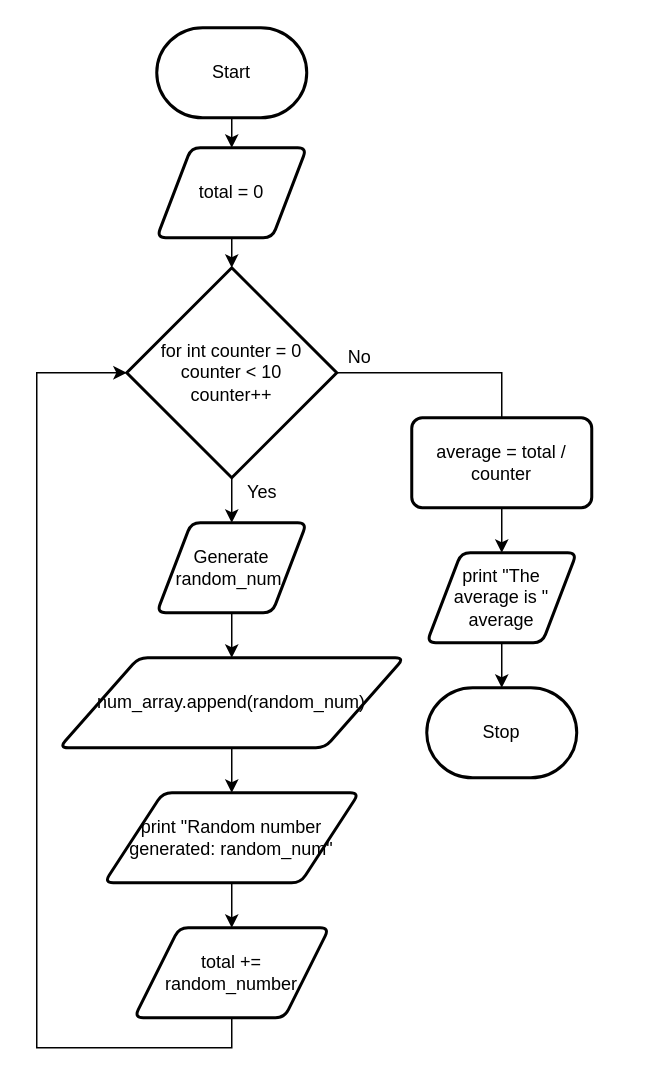
Aidan-Lalonde-Novales/ICS3U-Unit6-01-Python keeps this draw.io diagram as drawio/flowchart.drawio. Above is the earlier version. Source tidied: cells renumbered, new cells numbered last; positions are measured from the earlier drawing's top-left corner, leaving out a move shared by most shapes. Both pictures are drawn from the tidied source at 150%, with x=0, y=0 at pixel (36, 27).
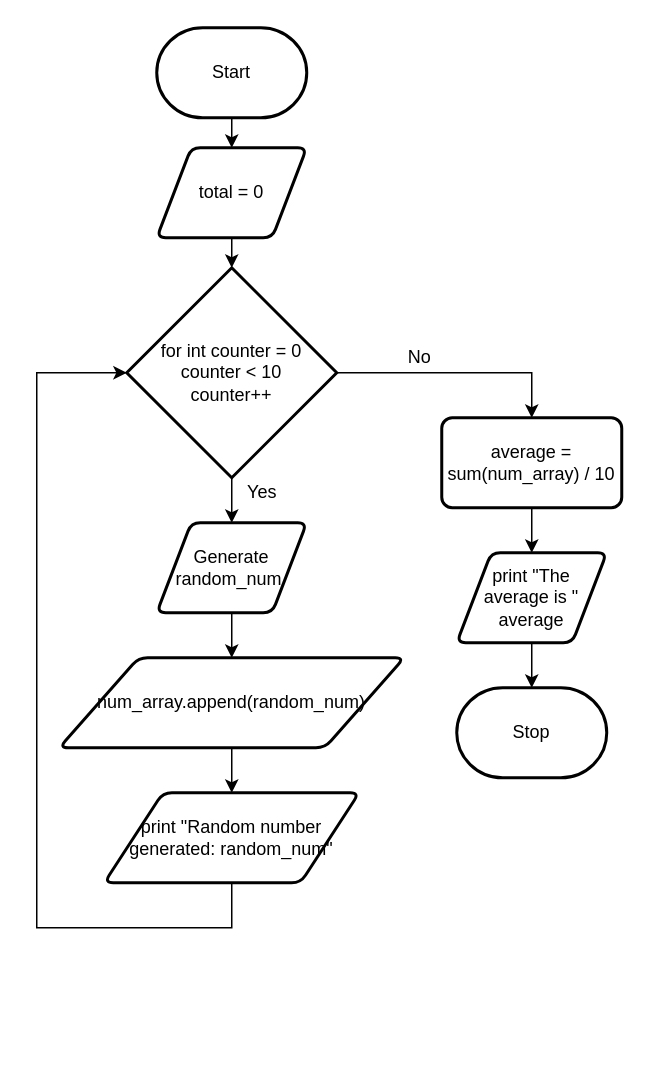
Above is the later version.

The change refers to these unchanged cells:
```xml
<mxCell id="7" value="for int counter = 0&lt;br&gt;counter &amp;lt; 10&lt;br&gt;counter++" style="strokeWidth=2;html=1;shape=mxgraph.flowchart.decision;whiteSpace=wrap;" parent="1" vertex="1">
  <mxGeometry x="60" y="160" width="140" height="140" as="geometry" />
</mxCell>
<mxCell id="12" value="print &quot;Random number generated: random_num&quot;" style="shape=parallelogram;html=1;strokeWidth=2;perimeter=parallelogramPerimeter;whiteSpace=wrap;rounded=1;arcSize=12;size=0.23;" parent="1" vertex="1">
  <mxGeometry x="45" y="510" width="170" height="60" as="geometry" />
</mxCell>
```

What changed in the source:
```diff
@@
     <mxCell id="4" value="Stop" style="strokeWidth=2;html=1;shape=mxgraph.flowchart.terminator;whiteSpace=wrap;" parent="1" vertex="1">
-      <mxGeometry x="260" y="440" width="100" height="60" as="geometry" />
+      <mxGeometry x="280" y="440" width="100" height="60" as="geometry" />
     </mxCell>
@@
-    <mxCell id="6" style="edgeStyle=none;rounded=0;html=1;exitX=1;exitY=0.5;exitDx=0;exitDy=0;exitPerimeter=0;entryX=0.5;entryY=0;entryDx=0;entryDy=0;entryPerimeter=0;" parent="1" edge="1" source="7">
+    <mxCell id="6" style="edgeStyle=none;rounded=0;html=1;exitX=1;exitY=0.5;exitDx=0;exitDy=0;exitPerimeter=0;entryX=0.5;entryY=0;entryDx=0;entryDy=0;" parent="1" edge="1" source="7" target="19">
       <mxGeometry relative="1" as="geometry">
-        <mxPoint x="310" y="280" as="targetPoint" />
         <Array as="points">
-          <mxPoint x="310" y="230" />
+          <mxPoint x="330" y="230" />
         </Array>
       </mxGeometry>
     </mxCell>
@@
-    <mxCell id="11" style="edgeStyle=none;rounded=0;html=1;exitX=0.5;exitY=1;exitDx=0;exitDy=0;entryX=0.5;entryY=0;entryDx=0;entryDy=0;" parent="1" edge="1" source="12" target="15">
-      <mxGeometry relative="1" as="geometry" />
+    <mxCell id="11" style="edgeStyle=none;rounded=0;html=1;exitX=0.5;exitY=1;exitDx=0;exitDy=0;entryX=0;entryY=0.5;entryDx=0;entryDy=0;entryPerimeter=0;" parent="1" edge="1" source="12" target="7">
+      <mxGeometry relative="1" as="geometry">
+        <Array as="points">
+          <mxPoint x="130" y="600" />
+          <mxPoint y="600" />
+          <mxPoint y="230" />
+        </Array>
+      </mxGeometry>
     </mxCell>
@@
-    <mxCell id="14" style="edgeStyle=none;html=1;exitX=0.5;exitY=1;exitDx=0;exitDy=0;entryX=0;entryY=0.5;entryDx=0;entryDy=0;entryPerimeter=0;rounded=0;" parent="1" edge="1" source="15" target="7">
-      <mxGeometry relative="1" as="geometry">
-        <Array as="points">
-          <mxPoint x="130" y="680" />
-          <mxPoint y="680" />
-          <mxPoint y="230" />
-        </Array>
-      </mxGeometry>
-    </mxCell>
-    <mxCell id="15" value="total += &lt;br&gt;random_number" style="shape=parallelogram;html=1;strokeWidth=2;perimeter=parallelogramPerimeter;whiteSpace=wrap;rounded=1;arcSize=12;size=0.23;" parent="1" vertex="1">
-      <mxGeometry x="65" y="600" width="130" height="60" as="geometry" />
-    </mxCell>
@@
     <mxCell id="17" value="print &quot;The average is &quot; average" style="shape=parallelogram;html=1;strokeWidth=2;perimeter=parallelogramPerimeter;whiteSpace=wrap;rounded=1;arcSize=12;size=0.23;" parent="1" vertex="1">
-      <mxGeometry x="260" y="350" width="100" height="60" as="geometry" />
+      <mxGeometry x="280" y="350" width="100" height="60" as="geometry" />
     </mxCell>
@@
-    <mxCell id="19" value="average = total / counter" style="rounded=1;whiteSpace=wrap;html=1;absoluteArcSize=1;arcSize=14;strokeWidth=2;" parent="1" vertex="1">
-      <mxGeometry x="250" y="260" width="120" height="60" as="geometry" />
+    <mxCell id="19" value="average = sum(num_array) / 10" style="rounded=1;whiteSpace=wrap;html=1;absoluteArcSize=1;arcSize=14;strokeWidth=2;" parent="1" vertex="1">
+      <mxGeometry x="270" y="260" width="120" height="60" as="geometry" />
     </mxCell>
     <mxCell id="20" value="No" style="text;html=1;align=center;verticalAlign=middle;strokeColor=none;fillColor=none;" parent="1" vertex="1">
-      <mxGeometry x="200" y="210" width="30" height="20" as="geometry" />
+      <mxGeometry x="240" y="210" width="30" height="20" as="geometry" />
     </mxCell>
```
